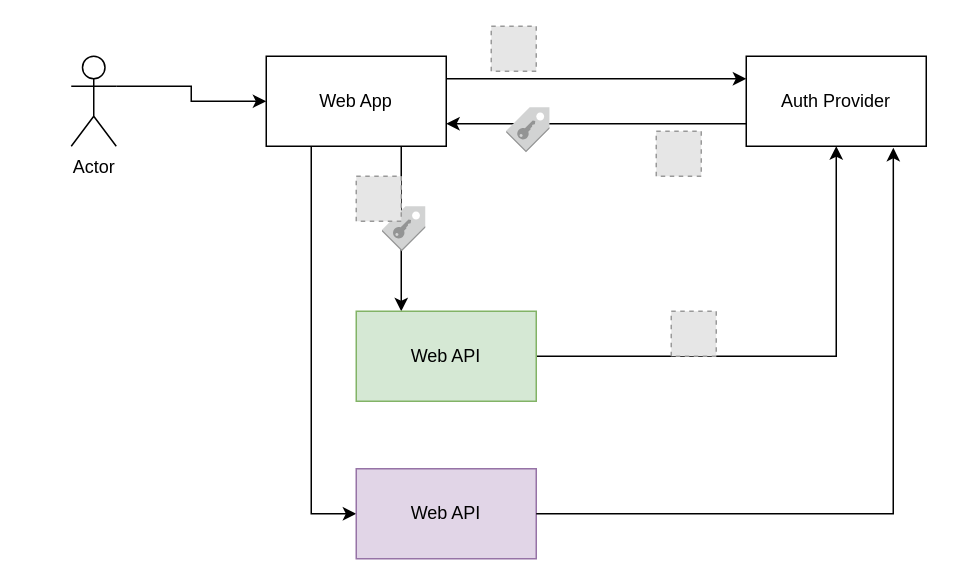
kinathru/DotNetCoreIdentityLearning keeps this draw.io diagram as page "jwt-flow" (4 of 6) of dotnetcore_authentication.drawio. Above is the earlier version. Source tidied: cells renumbered, new cells numbered last; positions are measured from the earlier drawing's top-left corner, leaving out a move shared by most shapes. Both pictures are drawn from the tidied source at 150%, with x=0, y=0 at pixel (70, 26). Pictures stored in the file or linked from it are replaced by grey dashed boxes.
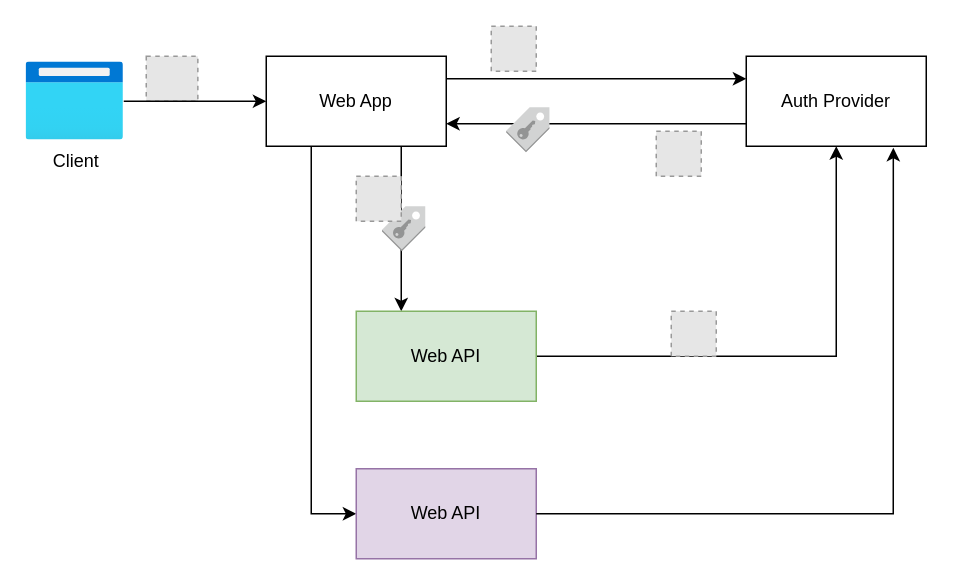
The same diagram, later.

Unchanged cells that the change refers to:
```xml
<mxCell id="5" value="Web App" style="rounded=0;whiteSpace=wrap;html=1;" parent="1" vertex="1">
  <mxGeometry x="130" y="20" width="120" height="60" as="geometry" />
</mxCell>
```

Change to the diagram source:
```diff
@@
-    <mxCell id="12" style="edgeStyle=orthogonalEdgeStyle;rounded=0;jettySize=auto;html=1;exitX=1;exitY=0.3333333333333333;exitDx=0;exitDy=0;exitPerimeter=0;entryX=0;entryY=0.5;entryDx=0;entryDy=0;" parent="1" edge="1" source="13" target="5">
-      <mxGeometry relative="1" as="geometry" />
-    </mxCell>
-    <mxCell id="13" value="Actor" style="shape=umlActor;verticalLabelPosition=bottom;verticalAlign=top;html=1;outlineConnect=0;" parent="1" vertex="1">
-      <mxGeometry y="20" width="30" height="60" as="geometry" />
-    </mxCell>
@@
+    <mxCell id="20" value="Client" style="image;html=1;points=[];align=center;fontSize=12;image=img/lib/azure2/general/Browser.svg;" parent="1" vertex="1">
+      <mxGeometry x="-30" y="24" width="65" height="52" as="geometry" />
+    </mxCell>
+    <mxCell id="21" style="fillColor=#E6E6E6;strokeColor=#999999;dashed=1;verticalLabelPosition=bottom;labelBackgroundColor=default;verticalAlign=top;" parent="1" vertex="1">
+      <mxGeometry x="50" y="20" width="34.4" height="30" as="geometry" />
+    </mxCell>
+    <mxCell id="22" style="edgeStyle=orthogonalEdgeStyle;rounded=0;jettySize=auto;html=1;entryX=0;entryY=0.5;entryDx=0;entryDy=0;" parent="1" edge="1" source="20" target="5">
+      <mxGeometry relative="1" as="geometry" />
+    </mxCell>
```
